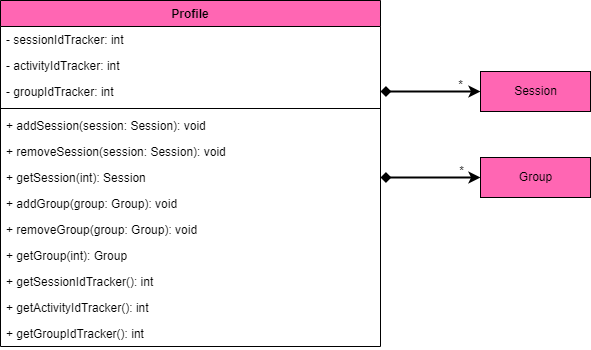
Earlier version of the draw.io export docs/images/developerguide/Profile Component.drawio.png (nus-cs2113-AY2122S2/tp). Source tidied: cells renumbered, new cells last; positions are measured from the earlier drawing's top-left corner, leaving out a move shared by most shapes.
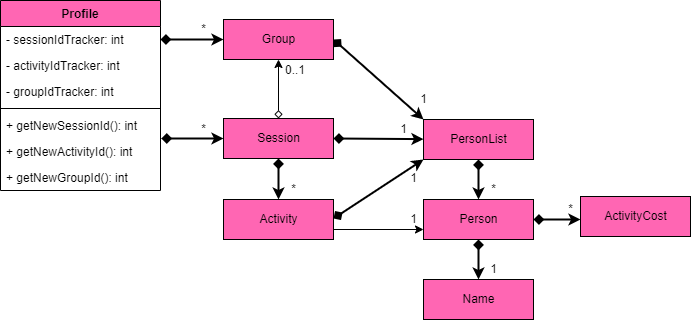
After the commit.

Commit message:
Update Profile Component diagram

Change to the diagram source:
```diff
@@ -2,65 +2,131 @@
   <root>
     <mxCell id="0" />
     <mxCell id="1" parent="0" />
+    <mxCell id="22" style="group;" parent="1" vertex="1">
+      <mxGeometry x="-20" y="-4" width="690" height="316" as="geometry" />
+    </mxCell>
-    <mxCell id="2" value="Profile" style="swimlane;fontStyle=1;align=center;verticalAlign=top;horizontal=1;startSize=26;fillColor=#FF66B3;" parent="1" vertex="1">
-      <mxGeometry width="380" height="346" as="geometry" />
+    <mxCell id="2" value="Profile" style="swimlane;fontStyle=1;align=center;verticalAlign=top;horizontal=1;startSize=26;fillColor=#FF66B3;" parent="22" vertex="1">
+      <mxGeometry width="160" height="190" as="geometry" />
     </mxCell>
     <mxCell id="3" value="- sessionIdTracker: int" style="text;strokeColor=none;fillColor=none;align=left;verticalAlign=top;spacingLeft=4;spacingRight=4;overflow=hidden;points=[[0,0.5],[1,0.5]];portConstraint=eastwest;" parent="2" vertex="1">
-      <mxGeometry y="26" width="380" height="26" as="geometry" />
+      <mxGeometry y="26" width="160" height="26" as="geometry" />
     </mxCell>
     <mxCell id="4" value="- activityIdTracker: int" style="text;strokeColor=none;fillColor=none;align=left;verticalAlign=top;spacingLeft=4;spacingRight=4;overflow=hidden;" parent="2" vertex="1">
-      <mxGeometry y="52" width="380" height="26" as="geometry" />
+      <mxGeometry y="52" width="160" height="26" as="geometry" />
     </mxCell>
     <mxCell id="5" value="- groupIdTracker: int" style="text;strokeColor=none;fillColor=none;align=left;verticalAlign=top;spacingLeft=4;spacingRight=4;overflow=hidden;points=[[0,0.5],[1,0.5]];portConstraint=eastwest;" parent="2" vertex="1">
-      <mxGeometry y="78" width="380" height="26" as="geometry" />
+      <mxGeometry y="78" width="160" height="26" as="geometry" />
     </mxCell>
     <mxCell id="6" style="line;strokeWidth=1;fillColor=none;align=left;verticalAlign=middle;spacingTop=-1;spacingLeft=3;spacingRight=3;labelPosition=right;" parent="2" vertex="1">
-      <mxGeometry y="104" width="380" height="8" as="geometry" />
+      <mxGeometry y="104" width="160" height="8" as="geometry" />
     </mxCell>
-    <mxCell id="7" value="+ addSession(session: Session): void" style="text;strokeColor=none;fillColor=none;align=left;verticalAlign=top;spacingLeft=4;spacingRight=4;overflow=hidden;" parent="2" vertex="1">
-      <mxGeometry y="112" width="380" height="26" as="geometry" />
-    </mxCell>
-    <mxCell id="8" value="+ removeSession(session: Session): void" style="text;strokeColor=none;fillColor=none;align=left;verticalAlign=top;spacingLeft=4;spacingRight=4;overflow=hidden;" parent="2" vertex="1">
-      <mxGeometry y="138" width="380" height="26" as="geometry" />
-    </mxCell>
-    <mxCell id="9" value="+ getSession(int): Session" style="text;strokeColor=none;fillColor=none;align=left;verticalAlign=top;spacingLeft=4;spacingRight=4;overflow=hidden;points=[[0,0.5],[1,0.5]];portConstraint=eastwest;" parent="2" vertex="1">
-      <mxGeometry y="164" width="380" height="26" as="geometry" />
-    </mxCell>
-    <mxCell id="10" value="+ addGroup(group: Group): void" style="text;strokeColor=none;fillColor=none;align=left;verticalAlign=top;spacingLeft=4;spacingRight=4;overflow=hidden;" parent="2" vertex="1">
-      <mxGeometry y="190" width="380" height="26" as="geometry" />
-    </mxCell>
-    <mxCell id="11" value="+ removeGroup(group: Group): void" style="text;strokeColor=none;fillColor=none;align=left;verticalAlign=top;spacingLeft=4;spacingRight=4;overflow=hidden;" parent="2" vertex="1">
-      <mxGeometry y="216" width="380" height="26" as="geometry" />
-    </mxCell>
-    <mxCell id="12" value="+ getGroup(int): Group" style="text;strokeColor=none;fillColor=none;align=left;verticalAlign=top;spacingLeft=4;spacingRight=4;overflow=hidden;" parent="2" vertex="1">
-      <mxGeometry y="242" width="380" height="26" as="geometry" />
-    </mxCell>
-    <mxCell id="13" value="+ getSessionIdTracker(): int" style="text;strokeColor=none;fillColor=none;align=left;verticalAlign=top;spacingLeft=4;spacingRight=4;overflow=hidden;" parent="2" vertex="1">
-      <mxGeometry y="268" width="380" height="26" as="geometry" />
+    <mxCell id="13" value="+ getNewSessionId(): int" style="text;strokeColor=none;fillColor=none;align=left;verticalAlign=top;spacingLeft=4;spacingRight=4;overflow=hidden;" parent="2" vertex="1">
+      <mxGeometry y="112" width="160" height="26" as="geometry" />
     </mxCell>
-    <mxCell id="14" value="+ getActivityIdTracker(): int" style="text;strokeColor=none;fillColor=none;align=left;verticalAlign=top;spacingLeft=4;spacingRight=4;overflow=hidden;" parent="2" vertex="1">
-      <mxGeometry y="294" width="380" height="26" as="geometry" />
+    <mxCell id="14" value="+ getNewActivityId(): int" style="text;strokeColor=none;fillColor=none;align=left;verticalAlign=top;spacingLeft=4;spacingRight=4;overflow=hidden;" parent="2" vertex="1">
+      <mxGeometry y="138" width="160" height="26" as="geometry" />
     </mxCell>
-    <mxCell id="15" value="+ getGroupIdTracker(): int" style="text;strokeColor=none;fillColor=none;align=left;verticalAlign=top;spacingLeft=4;spacingRight=4;overflow=hidden;" parent="2" vertex="1">
-      <mxGeometry y="320" width="380" height="26" as="geometry" />
+    <mxCell id="15" value="+ getNewGroupId(): int" style="text;strokeColor=none;fillColor=none;align=left;verticalAlign=top;spacingLeft=4;spacingRight=4;overflow=hidden;" parent="2" vertex="1">
+      <mxGeometry y="164" width="160" height="26" as="geometry" />
     </mxCell>
+    <mxCell id="23" style="endArrow=diamond;startArrow=classic;html=1;rounded=0;strokeWidth=2;startFill=1;endFill=1;exitX=0;exitY=0.5;exitDx=0;exitDy=0;entryX=1;entryY=0.5;entryDx=0;entryDy=0;" parent="22" edge="1" source="17" target="3">
+      <mxGeometry relative="1" as="geometry" />
+    </mxCell>
+    <mxCell id="24" style="endArrow=diamond;startArrow=classic;html=1;rounded=0;strokeWidth=2;startFill=1;endFill=1;entryX=1.005;entryY=-0.031;entryDx=0;entryDy=0;exitX=0;exitY=0.5;exitDx=0;exitDy=0;entryPerimeter=0;" parent="22" edge="1">
+      <mxGeometry relative="1" as="geometry">
+        <mxPoint x="223" y="138" as="sourcePoint" />
+        <mxPoint x="160.8" y="138" as="targetPoint" />
+      </mxGeometry>
+    </mxCell>
+    <mxCell id="25" style="group;" parent="22" vertex="1">
+      <mxGeometry x="193" y="16" width="497" height="300" as="geometry" />
+    </mxCell>
+    <mxCell id="26" value="*" style="text;html=1;align=center;verticalAlign=middle;strokeColor=none;fillColor=none;" parent="25" vertex="1">
+      <mxGeometry y="3" width="20" height="20" as="geometry" />
+    </mxCell>
+    <mxCell id="27" value="*" style="text;html=1;align=center;verticalAlign=middle;strokeColor=none;fillColor=none;" parent="25" vertex="1">
+      <mxGeometry y="103" width="20" height="20" as="geometry" />
+    </mxCell>
+    <mxCell id="28" value="*" style="text;html=1;align=center;verticalAlign=middle;strokeColor=none;fillColor=none;" parent="25" vertex="1">
+      <mxGeometry x="367" y="183" width="20" height="20" as="geometry" />
+    </mxCell>
+    <mxCell id="29" value="ActivityCost" style="html=1;fillColor=#FF66B3;" parent="25" vertex="1">
+      <mxGeometry x="387" y="180" width="110" height="40" as="geometry" />
+    </mxCell>
+    <mxCell id="21" value="1" style="text;html=1;align=center;verticalAlign=middle;strokeColor=none;fillColor=none;" parent="25" vertex="1">
+      <mxGeometry x="200" y="103" width="20" height="20" as="geometry" />
+    </mxCell>
+    <mxCell id="30" value="1" style="text;html=1;align=center;verticalAlign=middle;strokeColor=none;fillColor=none;" parent="25" vertex="1">
+      <mxGeometry x="220" y="73" width="20" height="20" as="geometry" />
+    </mxCell>
+    <mxCell id="31" style="endArrow=diamond;startArrow=classic;html=1;rounded=0;strokeWidth=2;startFill=1;endFill=1;exitX=0;exitY=1;exitDx=0;exitDy=0;" parent="25" edge="1" source="38">
+      <mxGeometry relative="1" as="geometry">
+        <mxPoint x="140" y="202" as="targetPoint" />
+      </mxGeometry>
+    </mxCell>
+    <mxCell id="32" value="1" style="text;html=1;align=center;verticalAlign=middle;strokeColor=none;fillColor=none;" parent="25" vertex="1">
+      <mxGeometry x="210" y="152" width="20" height="20" as="geometry" />
+    </mxCell>
+    <mxCell id="33" value="1" style="text;html=1;align=center;verticalAlign=middle;strokeColor=none;fillColor=none;" parent="25" vertex="1">
+      <mxGeometry x="210" y="193" width="20" height="20" as="geometry" />
+    </mxCell>
-    <mxCell id="16" value="Session" style="html=1;fillColor=#FF66B3;" parent="1" vertex="1">
-      <mxGeometry x="480" y="71" width="110" height="40" as="geometry" />
+    <mxCell id="16" value="Session" style="html=1;fillColor=#FF66B3;" parent="25" vertex="1">
+      <mxGeometry x="30" y="102" width="110" height="40" as="geometry" />
     </mxCell>
-    <mxCell id="17" value="Group" style="html=1;fillColor=#FF66B3;" parent="1" vertex="1">
-      <mxGeometry x="480" y="157" width="110" height="40" as="geometry" />
+    <mxCell id="17" value="Group" style="html=1;fillColor=#FF66B3;" parent="25" vertex="1">
+      <mxGeometry x="30" y="3" width="110" height="40" as="geometry" />
     </mxCell>
-    <mxCell id="18" style="endArrow=diamond;startArrow=classic;html=1;rounded=0;strokeWidth=2;startFill=1;endFill=1;exitX=0;exitY=0.5;exitDx=0;exitDy=0;entryX=1;entryY=0.5;entryDx=0;entryDy=0;" parent="1" edge="1" source="16" target="5">
-      <mxGeometry relative="1" as="geometry" />
-    </mxCell>
-    <mxCell id="19" style="endArrow=diamond;startArrow=classic;html=1;rounded=0;strokeWidth=2;startFill=1;endFill=1;exitX=0;exitY=0.5;exitDx=0;exitDy=0;entryX=1;entryY=0.5;entryDx=0;entryDy=0;" parent="1" edge="1" source="17" target="9">
-      <mxGeometry relative="1" as="geometry" />
-    </mxCell>
-    <mxCell id="20" value="*" style="text;html=1;align=center;verticalAlign=middle;strokeColor=none;fillColor=none;" parent="1" vertex="1">
-      <mxGeometry x="450" y="75" width="20" height="20" as="geometry" />
+    <mxCell id="20" value="*" style="text;html=1;align=center;verticalAlign=middle;strokeColor=none;fillColor=none;" parent="25" vertex="1">
+      <mxGeometry x="90" y="163" width="20" height="20" as="geometry" />
     </mxCell>
-    <mxCell id="21" value="*" style="text;html=1;align=center;verticalAlign=middle;strokeColor=none;fillColor=none;" parent="1" vertex="1">
-      <mxGeometry x="451" y="161" width="20" height="20" as="geometry" />
-    </mxCell>
+    <mxCell id="34" style="edgeStyle=orthogonalEdgeStyle;rounded=0;jettySize=auto;html=1;exitX=0.5;exitY=0;exitDx=0;exitDy=0;fontSize=14;startArrow=diamond;startFill=0;endArrow=classic;endFill=1;" parent="25" edge="1" source="16" target="17">
+      <mxGeometry relative="1" as="geometry" />
+    </mxCell>
+    <mxCell id="35" value="&lt;font style=&quot;font-size: 12px&quot;&gt;0..1&lt;/font&gt;" style="text;html=1;strokeColor=none;fillColor=none;align=center;verticalAlign=middle;whiteSpace=wrap;rounded=0;rotation=0;labelBackgroundColor=default;" parent="25" vertex="1">
+      <mxGeometry x="90" y="43" width="24" height="22" as="geometry" />
+    </mxCell>
+    <mxCell id="36" value="Activity" style="html=1;fillColor=#FF66B3;" parent="25" vertex="1">
+      <mxGeometry x="30" y="183" width="110" height="40" as="geometry" />
+    </mxCell>
+    <mxCell id="37" style="endArrow=diamond;startArrow=classic;html=1;rounded=0;strokeWidth=2;startFill=1;endFill=1;entryX=0.5;entryY=1;entryDx=0;entryDy=0;" parent="25" edge="1" source="36" target="16">
+      <mxGeometry relative="1" as="geometry" />
+    </mxCell>
+    <mxCell id="38" value="PersonList" style="html=1;fillColor=#FF66B3;" parent="25" vertex="1">
+      <mxGeometry x="230" y="103" width="110" height="40" as="geometry" />
+    </mxCell>
+    <mxCell id="39" style="endArrow=diamond;startArrow=classic;html=1;rounded=0;strokeWidth=2;startFill=1;endFill=1;entryX=1;entryY=0.5;entryDx=0;entryDy=0;" parent="25" edge="1" source="38" target="16">
+      <mxGeometry relative="1" as="geometry" />
+    </mxCell>
+    <mxCell id="40" value="Person" style="html=1;fillColor=#FF66B3;" parent="25" vertex="1">
+      <mxGeometry x="230" y="183" width="110" height="40" as="geometry" />
+    </mxCell>
+    <mxCell id="41" value="Name" style="html=1;fillColor=#FF66B3;" parent="25" vertex="1">
+      <mxGeometry x="230" y="263" width="110" height="40" as="geometry" />
+    </mxCell>
+    <mxCell id="42" style="endArrow=diamond;startArrow=classic;html=1;rounded=0;strokeWidth=2;startFill=1;endFill=1;entryX=0.5;entryY=1;entryDx=0;entryDy=0;exitX=0.5;exitY=0;exitDx=0;exitDy=0;" parent="25" edge="1" source="40" target="38">
+      <mxGeometry relative="1" as="geometry" />
+    </mxCell>
+    <mxCell id="43" value="*" style="text;html=1;align=center;verticalAlign=middle;strokeColor=none;fillColor=none;" parent="25" vertex="1">
+      <mxGeometry x="290" y="163" width="20" height="20" as="geometry" />
+    </mxCell>
+    <mxCell id="44" style="endArrow=diamond;startArrow=classic;html=1;rounded=0;strokeWidth=2;startFill=1;endFill=1;exitX=0.5;exitY=0;exitDx=0;exitDy=0;" parent="25" edge="1" source="41">
+      <mxGeometry relative="1" as="geometry">
+        <mxPoint x="285" y="223" as="targetPoint" />
+      </mxGeometry>
+    </mxCell>
+    <mxCell id="45" value="1" style="text;html=1;align=center;verticalAlign=middle;strokeColor=none;fillColor=none;" parent="25" vertex="1">
+      <mxGeometry x="290" y="243" width="20" height="20" as="geometry" />
+    </mxCell>
+    <mxCell id="46" style="endArrow=diamond;startArrow=classic;html=1;rounded=0;strokeWidth=2;startFill=1;endFill=1;entryX=1;entryY=0.5;entryDx=0;entryDy=0;exitX=0;exitY=0.5;exitDx=0;exitDy=0;" parent="25" edge="1" target="40">
+      <mxGeometry relative="1" as="geometry">
+        <mxPoint x="387" y="203" as="sourcePoint" />
+      </mxGeometry>
+    </mxCell>
+    <mxCell id="47" style="endArrow=diamond;startArrow=classic;html=1;rounded=0;strokeWidth=2;startFill=1;endFill=1;entryX=1;entryY=0.5;entryDx=0;entryDy=0;exitX=0;exitY=0;exitDx=0;exitDy=0;" parent="25" edge="1" source="38" target="17">
+      <mxGeometry relative="1" as="geometry" />
+    </mxCell>
+    <mxCell id="48" style="endArrow=classic;html=1;rounded=0;exitX=1;exitY=0.75;exitDx=0;exitDy=0;entryX=0;entryY=0.75;entryDx=0;entryDy=0;" parent="25" edge="1" source="36" target="40">
+      <mxGeometry relative="1" as="geometry" />
+    </mxCell>
   </root>
 </mxGraphModel>
```
